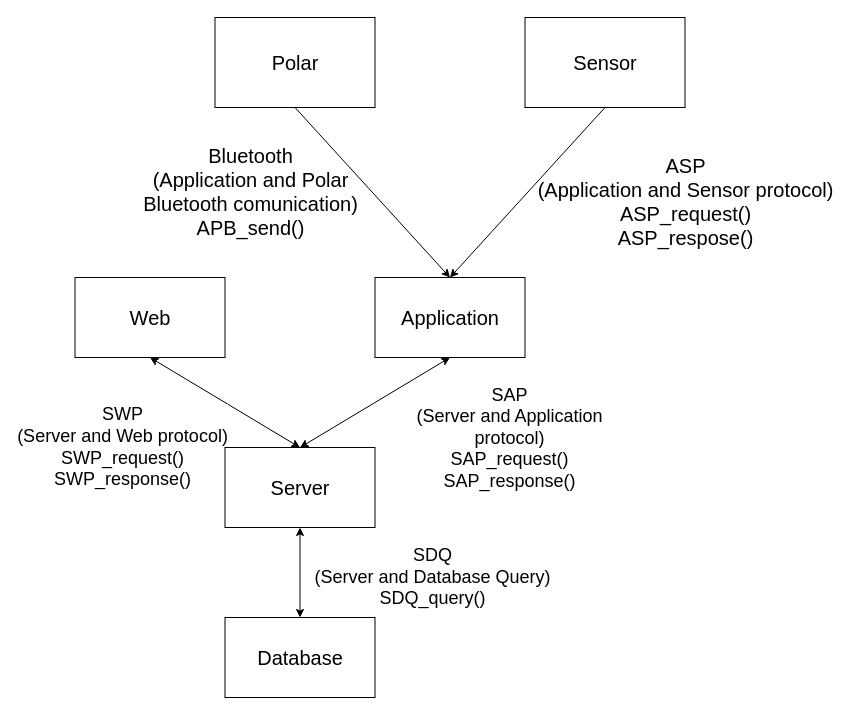
Above: reference model.drawio in Eunkkk/QI_D_team (draw.io), before the change. Source tidied: cells renumbered, new cells numbered last; positions are measured from the earlier drawing's top-left corner, leaving out a move shared by most shapes. Both pictures are drawn from the tidied source at 100%, with x=0, y=0 at pixel (75, 17).
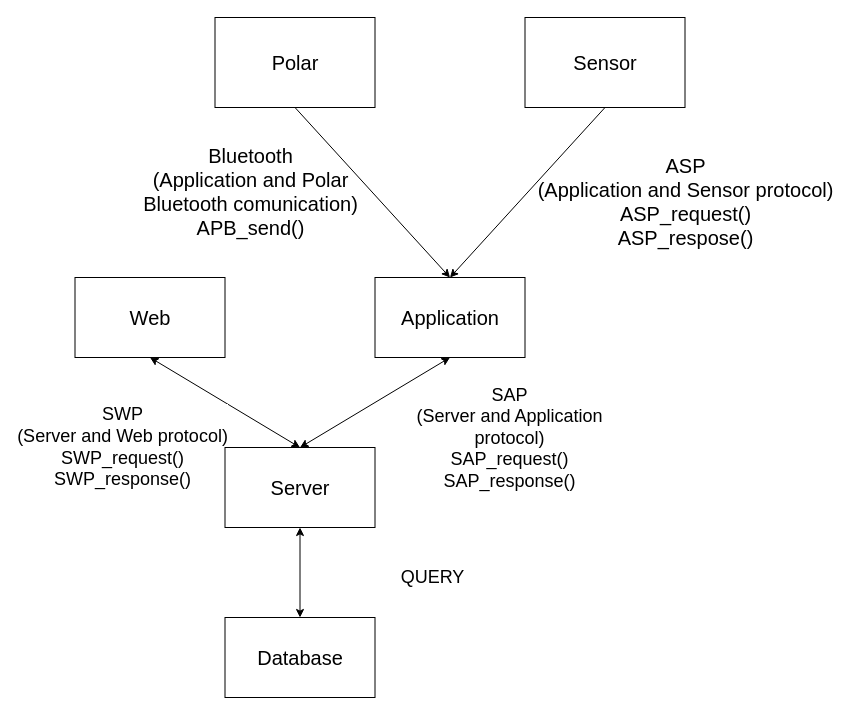
After the change.

The edit, as a diff of the source:
```diff
@@
 <mxGraphModel background="#ffffff">
   <root>
     <mxCell id="0" />
     <mxCell id="1" parent="0" />
     <mxCell id="2" style="endArrow=classic;startArrow=classic;html=1;fontSize=30;exitX=0.5;exitY=1;exitDx=0;exitDy=0;entryX=0.5;entryY=0;entryDx=0;entryDy=0;" parent="1" edge="1" source="10" target="11">
       <mxGeometry relative="1" as="geometry" />
     </mxCell>
-    <mxCell id="3" value="SDQ&lt;br&gt;(Server and Database Query)&lt;br&gt;SDQ_query()" style="text;html=1;align=center;verticalAlign=middle;labelBackgroundColor=#ffffff;fontSize=18;" parent="2" vertex="1">
+    <mxCell id="3" value="QUERY" style="text;html=1;align=center;verticalAlign=middle;labelBackgroundColor=#ffffff;fontSize=18;" parent="2" vertex="1">
       <mxGeometry x="0.32" y="-4" relative="1" as="geometry">
         <mxPoint x="136" y="-9.5" as="offset" />
       </mxGeometry>
     </mxCell>
     <mxCell id="4" style="endArrow=classic;startArrow=classic;html=1;fontSize=30;entryX=0.5;entryY=0;entryDx=0;entryDy=0;exitX=0.5;exitY=1;exitDx=0;exitDy=0;" parent="1" edge="1" source="9" target="10">
       <mxGeometry relative="1" as="geometry" />
     </mxCell>
     <mxCell id="5" value="SWP&lt;br&gt;(Server and Web protocol)&lt;br&gt;SWP_request()&lt;br&gt;SWP_response()" style="text;html=1;align=center;verticalAlign=middle;labelBackgroundColor=#ffffff;fontSize=18;" parent="4" vertex="1">
       <mxGeometry x="0.3" y="2" relative="1" as="geometry">
         <mxPoint x="-126.5" y="33" as="offset" />
       </mxGeometry>
     </mxCell>
     <mxCell id="6" value="SAP&lt;br&gt;(Server and Application&lt;br&gt;&amp;nbsp;protocol)&amp;nbsp;&lt;br&gt;SAP_request()&lt;br&gt;SAP_response()" style="endArrow=classic;startArrow=classic;html=1;fontSize=18;entryX=0.5;entryY=1;entryDx=0;entryDy=0;exitX=0.5;exitY=0;exitDx=0;exitDy=0;" parent="1" edge="1" source="10" target="8">
       <mxGeometry x="1" y="-100" relative="1" as="geometry">
         <mxPoint x="8" y="-5" as="offset" />
       </mxGeometry>
     </mxCell>
     <mxCell id="7" value="Sensor" style="rounded=0;whiteSpace=wrap;html=1;fontSize=20;" parent="1" vertex="1">
       <mxGeometry x="449.5" width="160" height="90" as="geometry" />
     </mxCell>
     <mxCell id="8" value="Application" style="rounded=0;whiteSpace=wrap;html=1;fontSize=20;" parent="1" vertex="1">
       <mxGeometry x="299.5" y="260" width="150" height="80" as="geometry" />
     </mxCell>
     <mxCell id="9" value="Web" style="rounded=0;whiteSpace=wrap;html=1;fontSize=20;" parent="1" vertex="1">
       <mxGeometry x="-0.5" y="260" width="150" height="80" as="geometry" />
     </mxCell>
     <mxCell id="10" value="Server" style="rounded=0;whiteSpace=wrap;html=1;fontSize=20;" parent="1" vertex="1">
       <mxGeometry x="149.5" y="430" width="150" height="80" as="geometry" />
     </mxCell>
     <mxCell id="11" value="Database" style="rounded=0;whiteSpace=wrap;html=1;fontSize=20;" parent="1" vertex="1">
       <mxGeometry x="149.5" y="600" width="150" height="80" as="geometry" />
     </mxCell>
     <mxCell id="12" value="Bluetooth&lt;br&gt;(Application and Polar&lt;br&gt;Bluetooth comunication)&lt;br&gt;APB_send()" style="text;html=1;fontSize=20;align=center;" parent="1" vertex="1">
       <mxGeometry x="55" y="120" width="240" height="35" as="geometry" />
     </mxCell>
     <mxCell id="13" style="endArrow=classic;html=1;fontSize=20;exitX=0.5;exitY=1;exitDx=0;exitDy=0;entryX=0.5;entryY=0;entryDx=0;entryDy=0;" parent="1" edge="1" source="7" target="8">
       <mxGeometry relative="1" as="geometry" />
     </mxCell>
     <mxCell id="14" value="Polar" style="rounded=0;whiteSpace=wrap;html=1;fontSize=20;" parent="1" vertex="1">
       <mxGeometry x="139.5" width="160" height="90" as="geometry" />
     </mxCell>
     <mxCell id="15" style="endArrow=classic;html=1;fontSize=20;exitX=0.5;exitY=1;exitDx=0;exitDy=0;entryX=0.5;entryY=0;entryDx=0;entryDy=0;" parent="1" edge="1" source="14" target="8">
       <mxGeometry relative="1" as="geometry" />
     </mxCell>
     <mxCell id="16" value="ASP&lt;br&gt;(Application and Sensor protocol)&lt;br&gt;ASP_request()&lt;br&gt;ASP_respose()" style="text;html=1;fontSize=20;align=center;" parent="1" vertex="1">
       <mxGeometry x="494.5" y="130" width="230" height="100" as="geometry" />
     </mxCell>
   </root>
 </mxGraphModel>
```
